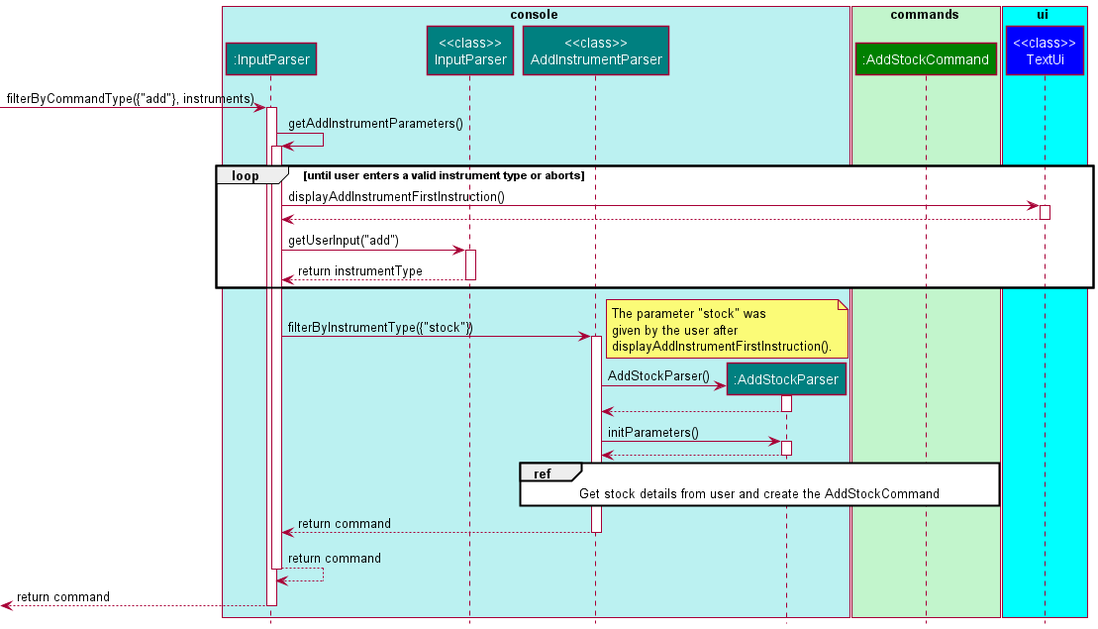
Before: docs/images/AddStockSequenceDiagram.png, a diagram exported from PlantUML (williamlamjy/mTracker).
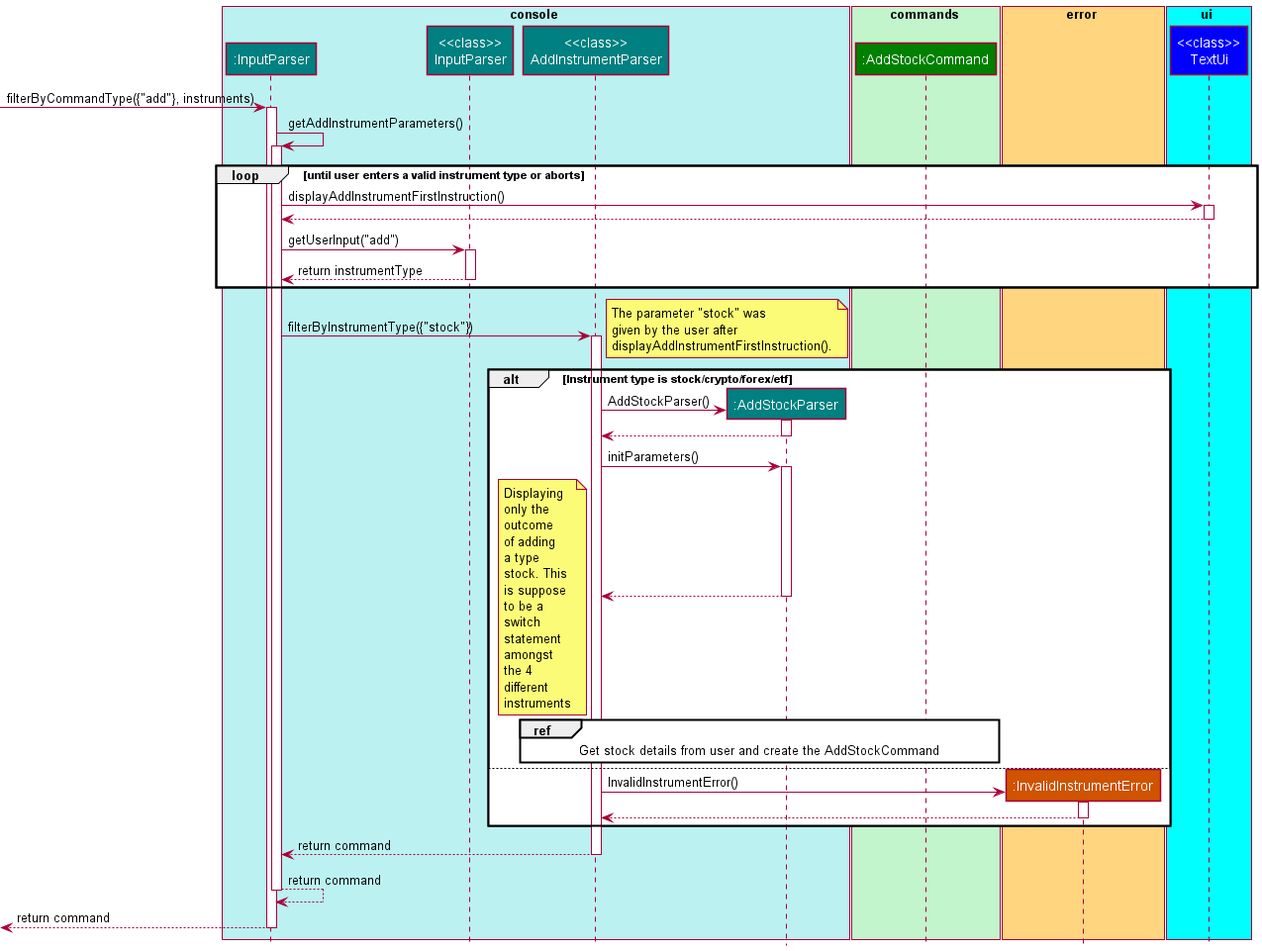
The same file after the commit.

Change to the diagram source:
```diff
@@ -13,6 +13,9 @@
 participant ":AddStockCommand" as AddStockCommand COLOR_FAINT_GREEN
 end box
 
+box error COLOR_ERROR_SEGMENT
+participant ":InvalidInstrumentError" as InvalidInstrumentError COLOR_ERROR
+end box
 box ui COLOR_LIGHT_BLUE
 participant "<<class>>\nTextUi" as TextUi COLOR_UI
 end box
@@ -44,23 +47,45 @@
 given by the user after
 displayAddInstrumentFirstInstruction().
 end note
+alt Instrument type is stock/crypto/forex/etf
+    create AddStockParser
+    AddInstrumentParser -> AddStockParser : AddStockParser()
+    activate AddStockParser
 
-create AddStockParser
-AddInstrumentParser -> AddStockParser : AddStockParser()
-activate AddStockParser
+    AddStockParser --> AddInstrumentParser
+    deactivate AddStockParser
 
-AddStockParser --> AddInstrumentParser
-deactivate AddStockParser
+    AddInstrumentParser -> AddStockParser : initParameters()
+    activate AddStockParser
+    AddStockParser --> AddInstrumentParser
+    deactivate AddStockParser
 
-AddInstrumentParser -> AddStockParser : initParameters()
-activate AddStockParser
-AddStockParser --> AddInstrumentParser
-deactivate AddStockParser
-
-ref over AddInstrumentParser, AddStockParser, AddStockCommand
-Get stock details from user and create the AddStockCommand
-endref
-
+    ref over AddInstrumentParser, AddStockParser, AddStockCommand
+    Get stock details from user and create the AddStockCommand
+    endref
+    note bottom
+                    Displaying
+                    only the
+                    outcome
+                    of adding
+                    a type
+                    stock. This
+                    is suppose
+                    to be a
+                    switch
+                    statement
+                    amongst
+                    the 4
+                    different
+                    instruments
+                    end note
+else
+    create InvalidInstrumentError
+    AddInstrumentParser -> InvalidInstrumentError : InvalidInstrumentError()
+    activate InvalidInstrumentError
+    InvalidInstrumentError --> AddInstrumentParser
+    deactivate InvalidInstrumentError
+end
 AddInstrumentParser --> InputParser : return command
 deactivate AddInstrumentParser
 InputParser --> InputParser : return command
```
